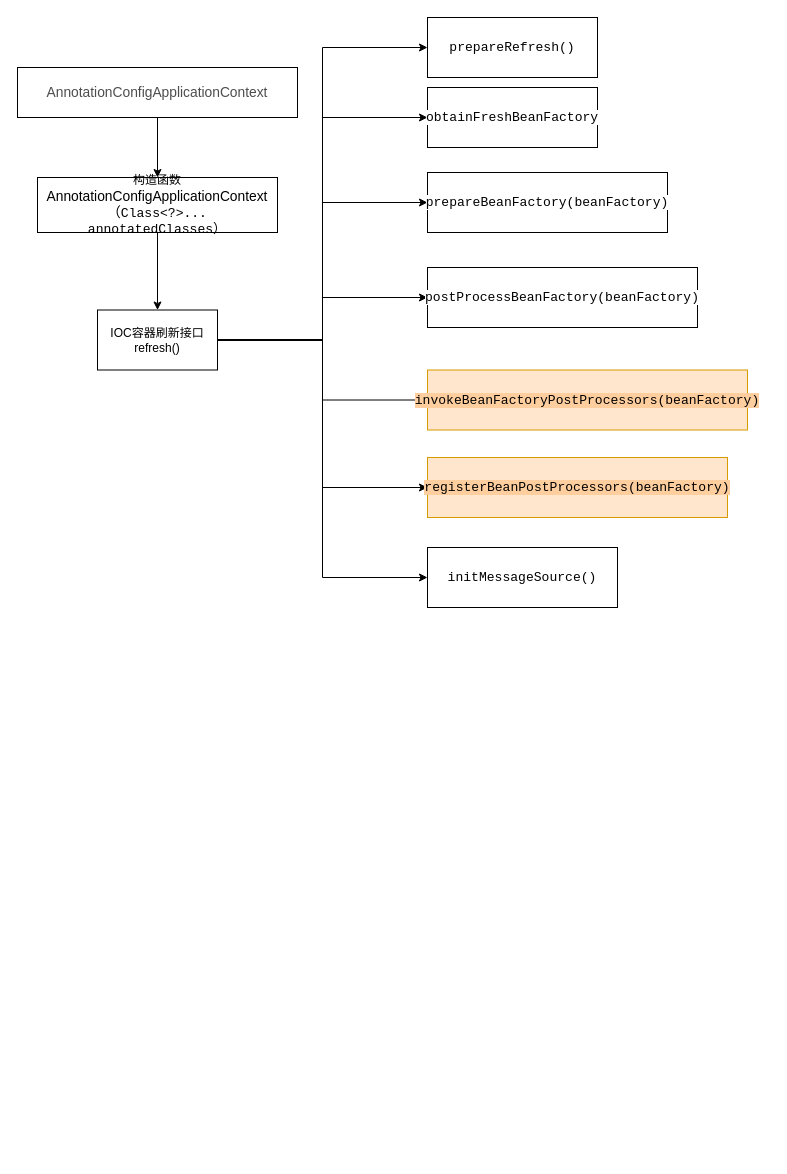
Earlier version of the draw.io diagram Spring源码分析1.drawio (linbingxing/mind). Source tidied: cells renumbered, new cells numbered last; positions are measured from the earlier drawing's top-left corner, leaving out a move shared by most shapes. Both pictures are drawn from the tidied source at 100%, with x=0, y=0 at pixel (17, 17).
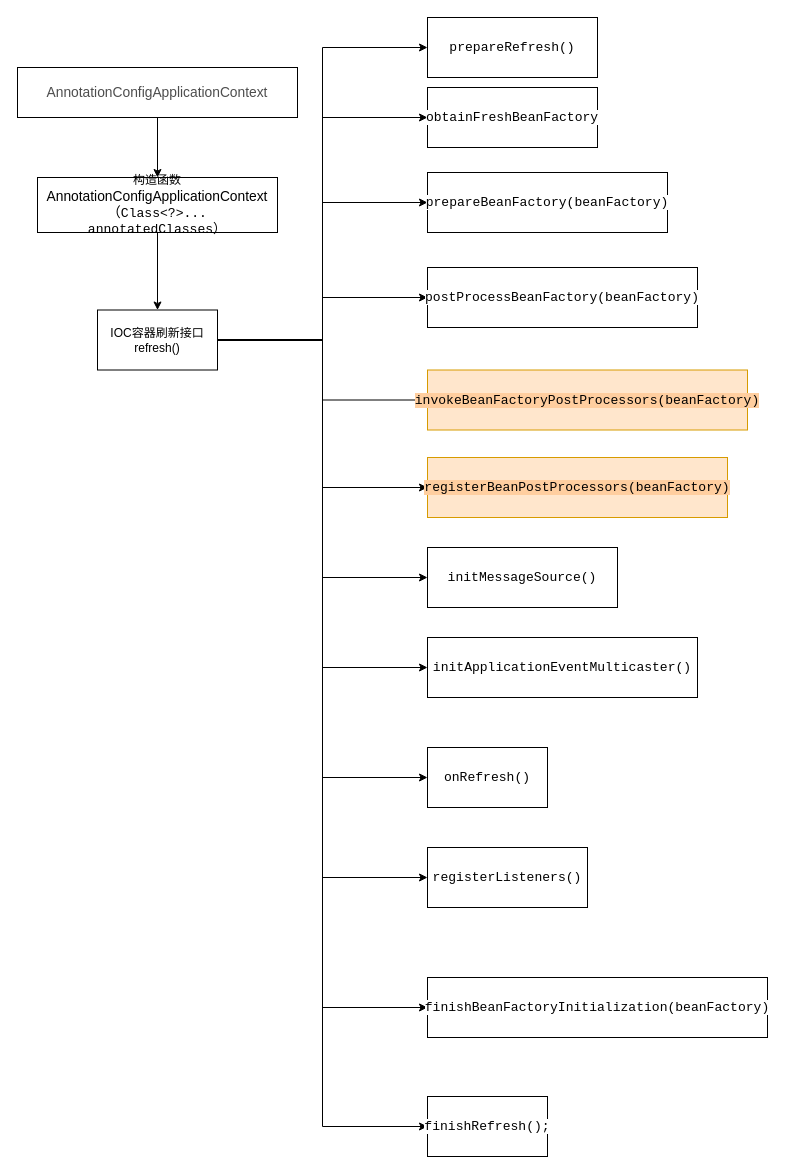
The same diagram, later.

Unchanged cells that the change refers to:
```xml
<mxCell id="13" value="IOC容器刷新接口refresh()" style="whiteSpace=wrap;html=1;rounded=0;" parent="1" vertex="1">
  <mxGeometry x="80" y="292.5" width="120" height="60" as="geometry" />
</mxCell>
```

What changed in the source:
```diff
@@
+    <mxCell id="21" style="edgeStyle=orthogonalEdgeStyle;rounded=0;jettySize=auto;html=1;fontColor=#000000;entryX=0;entryY=0.5;entryDx=0;entryDy=0;" parent="1" edge="1" source="13" target="26">
+      <mxGeometry relative="1" as="geometry" />
+    </mxCell>
+    <mxCell id="22" style="edgeStyle=orthogonalEdgeStyle;rounded=0;jettySize=auto;html=1;fontColor=#000000;entryX=0;entryY=0.5;entryDx=0;entryDy=0;" parent="1" edge="1" source="13" target="27">
+      <mxGeometry relative="1" as="geometry" />
+    </mxCell>
+    <mxCell id="23" style="edgeStyle=orthogonalEdgeStyle;rounded=0;jettySize=auto;html=1;fontColor=#000000;entryX=0;entryY=0.5;entryDx=0;entryDy=0;" parent="1" edge="1" source="13" target="28">
+      <mxGeometry relative="1" as="geometry" />
+    </mxCell>
+    <mxCell id="24" style="edgeStyle=orthogonalEdgeStyle;rounded=0;jettySize=auto;html=1;fontColor=#000000;entryX=0;entryY=0.5;entryDx=0;entryDy=0;" parent="1" edge="1" source="13" target="29">
+      <mxGeometry relative="1" as="geometry" />
+    </mxCell>
+    <mxCell id="25" style="edgeStyle=orthogonalEdgeStyle;rounded=0;jettySize=auto;html=1;fontColor=#000000;entryX=0;entryY=0.5;entryDx=0;entryDy=0;" parent="1" edge="1" source="13" target="30">
+      <mxGeometry relative="1" as="geometry" />
+    </mxCell>
@@
+    <mxCell id="26" value="&lt;pre style=&quot;font-family: &amp;#34;consolas&amp;#34; ; font-size: 9.8pt&quot;&gt;&lt;span style=&quot;background-color: rgb(255 , 255 , 255)&quot;&gt;initApplicationEventMulticaster()&lt;/span&gt;&lt;/pre&gt;" style="whiteSpace=wrap;html=1;rounded=0;" parent="1" vertex="1">
+      <mxGeometry x="410" y="620" width="270" height="60" as="geometry" />
+    </mxCell>
+    <mxCell id="27" value="&lt;pre style=&quot;font-family: &amp;#34;consolas&amp;#34; ; font-size: 9.8pt&quot;&gt;&lt;span style=&quot;background-color: rgb(255 , 255 , 255)&quot;&gt;onRefresh()&lt;/span&gt;&lt;/pre&gt;" style="whiteSpace=wrap;html=1;rounded=0;" parent="1" vertex="1">
+      <mxGeometry x="410" y="730" width="120" height="60" as="geometry" />
+    </mxCell>
+    <mxCell id="28" value="&lt;pre style=&quot;font-family: &amp;#34;consolas&amp;#34; ; font-size: 9.8pt&quot;&gt;&lt;span style=&quot;background-color: rgb(255 , 255 , 255)&quot;&gt;registerListeners()&lt;/span&gt;&lt;/pre&gt;" style="whiteSpace=wrap;html=1;rounded=0;" parent="1" vertex="1">
+      <mxGeometry x="410" y="830" width="160" height="60" as="geometry" />
+    </mxCell>
+    <mxCell id="29" value="&lt;pre style=&quot;font-family: &amp;#34;consolas&amp;#34; ; font-size: 9.8pt&quot;&gt;&lt;span style=&quot;background-color: rgb(255 , 255 , 255)&quot;&gt;finishBeanFactoryInitialization(beanFactory)&lt;/span&gt;&lt;/pre&gt;" style="whiteSpace=wrap;html=1;rounded=0;" parent="1" vertex="1">
+      <mxGeometry x="410" y="960" width="340" height="60" as="geometry" />
+    </mxCell>
+    <mxCell id="30" value="&lt;pre style=&quot;font-family: &amp;#34;consolas&amp;#34; ; font-size: 9.8pt&quot;&gt;&lt;span style=&quot;background-color: rgb(255 , 255 , 255)&quot;&gt;finishRefresh();&lt;/span&gt;&lt;/pre&gt;" style="whiteSpace=wrap;html=1;rounded=0;" parent="1" vertex="1">
+      <mxGeometry x="410" y="1079" width="120" height="60" as="geometry" />
+    </mxCell>
```
